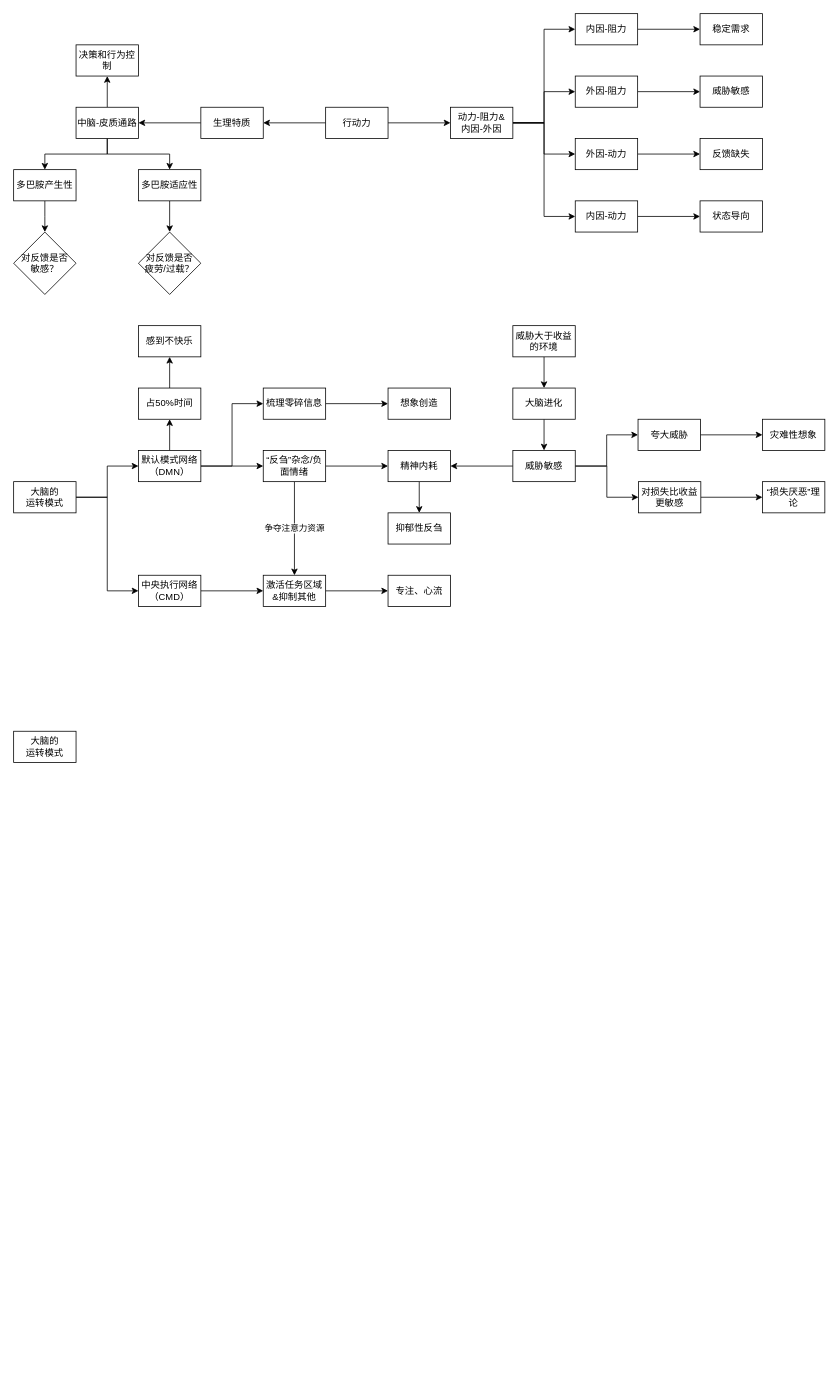
This is 果断行动.drawio from youyusan/open_mind, a draw.io file, before an edit. Source tidied: cells renumbered, new cells numbered last; positions are measured from the earlier drawing's top-left corner, leaving out a move shared by most shapes. Both pictures are drawn from the tidied source at 78%, with x=0, y=0 at pixel (13, 13).
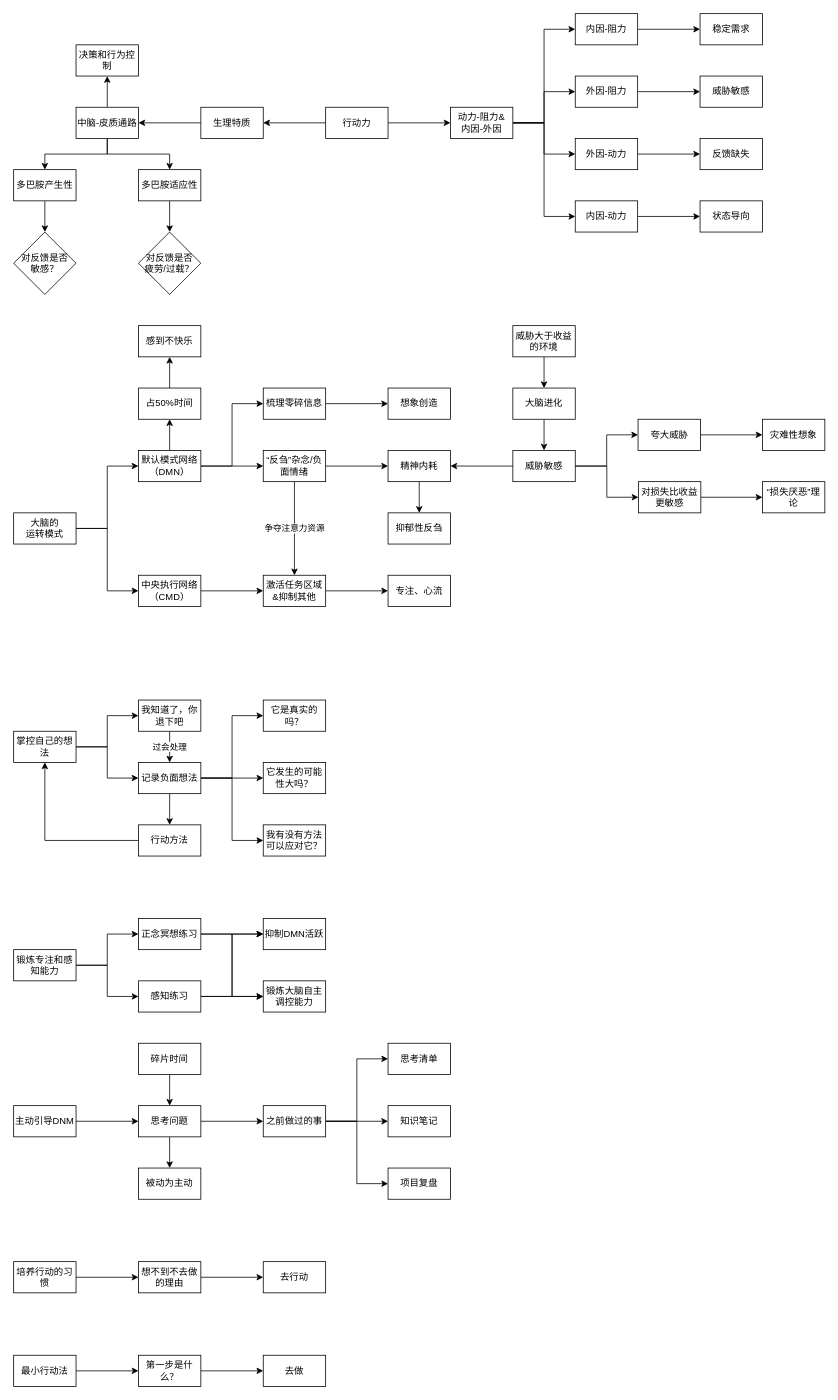
The same page after the edit.

Commit message:
更新果断行动.drawio

The change refers to these unchanged cells:
```xml
<mxCell id="45" value="&lt;div style=&quot;&quot;&gt;&lt;span style=&quot;background-color: initial;&quot;&gt;默认模式网络（DMN）&lt;/span&gt;&lt;/div&gt;" style="rounded=0;whiteSpace=wrap;html=1;align=center;" parent="1" vertex="1">
  <mxGeometry x="160" y="560" width="80" height="40" as="geometry" />
</mxCell>
```

The edit, as a diff of the source:
```diff
@@
     <mxCell id="37" style="edgeStyle=orthogonalEdgeStyle;rounded=0;jettySize=auto;html=1;" parent="1" edge="1" source="39" target="45">
-      <mxGeometry relative="1" as="geometry" />
+      <mxGeometry relative="1" as="geometry">
+        <Array as="points">
+          <mxPoint x="120" y="660" />
+          <mxPoint x="120" y="580" />
+        </Array>
+      </mxGeometry>
     </mxCell>
@@
     <mxCell id="39" value="&lt;span style=&quot;text-align: left;&quot;&gt;大脑的&lt;br&gt;运转模式&lt;/span&gt;" style="rounded=0;whiteSpace=wrap;html=1;" parent="1" vertex="1">
-      <mxGeometry y="600" width="80" height="40" as="geometry" />
+      <mxGeometry y="640" width="80" height="40" as="geometry" />
     </mxCell>
@@
+    <mxCell id="74" style="edgeStyle=orthogonalEdgeStyle;rounded=0;jettySize=auto;html=1;" parent="1" edge="1" source="73" target="77">
+      <mxGeometry relative="1" as="geometry" />
+    </mxCell>
+    <mxCell id="75" style="edgeStyle=orthogonalEdgeStyle;rounded=0;jettySize=auto;html=1;entryX=0;entryY=0.5;entryDx=0;entryDy=0;" parent="1" edge="1" source="73" target="82">
+      <mxGeometry relative="1" as="geometry" />
+    </mxCell>
-    <mxCell id="73" value="&lt;span style=&quot;text-align: left;&quot;&gt;大脑的&lt;br&gt;运转模式&lt;/span&gt;" style="rounded=0;whiteSpace=wrap;html=1;" parent="1" vertex="1">
+    <mxCell id="73" value="&lt;div style=&quot;&quot;&gt;&lt;span style=&quot;background-color: initial;&quot;&gt;掌控自己的想法&lt;/span&gt;&lt;/div&gt;" style="rounded=0;whiteSpace=wrap;html=1;align=center;" parent="1" vertex="1">
       <mxGeometry y="920" width="80" height="40" as="geometry" />
     </mxCell>
+    <mxCell id="76" value="过会处理" style="edgeStyle=orthogonalEdgeStyle;rounded=0;jettySize=auto;html=1;entryX=0.5;entryY=0;entryDx=0;entryDy=0;" parent="1" edge="1" source="77" target="82">
+      <mxGeometry relative="1" as="geometry" />
+    </mxCell>
+    <mxCell id="77" value="&lt;div style=&quot;&quot;&gt;&lt;span style=&quot;background-color: initial;&quot;&gt;我知道了，你退下吧&lt;/span&gt;&lt;/div&gt;" style="rounded=0;whiteSpace=wrap;html=1;align=center;" parent="1" vertex="1">
+      <mxGeometry x="160" y="880" width="80" height="40" as="geometry" />
+    </mxCell>
+    <mxCell id="78" style="edgeStyle=orthogonalEdgeStyle;rounded=0;jettySize=auto;html=1;entryX=0;entryY=0.5;entryDx=0;entryDy=0;" parent="1" edge="1" source="82" target="84">
+      <mxGeometry relative="1" as="geometry" />
+    </mxCell>
+    <mxCell id="79" style="edgeStyle=orthogonalEdgeStyle;rounded=0;jettySize=auto;html=1;" parent="1" edge="1" source="82" target="83">
+      <mxGeometry relative="1" as="geometry" />
+    </mxCell>
+    <mxCell id="80" style="edgeStyle=orthogonalEdgeStyle;rounded=0;jettySize=auto;html=1;entryX=0;entryY=0.5;entryDx=0;entryDy=0;" parent="1" edge="1" source="82" target="85">
+      <mxGeometry relative="1" as="geometry" />
+    </mxCell>
+    <mxCell id="81" style="edgeStyle=orthogonalEdgeStyle;rounded=0;jettySize=auto;html=1;entryX=0.5;entryY=0;entryDx=0;entryDy=0;" parent="1" edge="1" source="82" target="87">
+      <mxGeometry relative="1" as="geometry" />
+    </mxCell>
+    <mxCell id="82" value="&lt;div style=&quot;&quot;&gt;记录负面想法&lt;/div&gt;" style="rounded=0;whiteSpace=wrap;html=1;align=center;" parent="1" vertex="1">
+      <mxGeometry x="160" y="960" width="80" height="40" as="geometry" />
+    </mxCell>
+    <mxCell id="83" value="&lt;div style=&quot;&quot;&gt;它发生的可能性大吗？&lt;/div&gt;" style="rounded=0;whiteSpace=wrap;html=1;align=center;" parent="1" vertex="1">
+      <mxGeometry x="320" y="960" width="80" height="40" as="geometry" />
+    </mxCell>
+    <mxCell id="84" value="&lt;div style=&quot;&quot;&gt;它是真实的吗？&lt;/div&gt;" style="rounded=0;whiteSpace=wrap;html=1;align=center;" parent="1" vertex="1">
+      <mxGeometry x="320" y="880" width="80" height="40" as="geometry" />
+    </mxCell>
+    <mxCell id="85" value="&lt;div style=&quot;&quot;&gt;我有没有方法可以应对它？&lt;/div&gt;" style="rounded=0;whiteSpace=wrap;html=1;align=center;" parent="1" vertex="1">
+      <mxGeometry x="320" y="1040" width="80" height="40" as="geometry" />
+    </mxCell>
+    <mxCell id="86" style="edgeStyle=orthogonalEdgeStyle;rounded=0;jettySize=auto;html=1;entryX=0.5;entryY=1;entryDx=0;entryDy=0;" parent="1" edge="1" source="87" target="73">
+      <mxGeometry relative="1" as="geometry" />
+    </mxCell>
+    <mxCell id="87" value="&lt;div style=&quot;&quot;&gt;行动方法&lt;/div&gt;" style="rounded=0;whiteSpace=wrap;html=1;align=center;" parent="1" vertex="1">
+      <mxGeometry x="160" y="1040" width="80" height="40" as="geometry" />
+    </mxCell>
+    <mxCell id="88" style="edgeStyle=orthogonalEdgeStyle;rounded=0;jettySize=auto;html=1;entryX=0;entryY=0.5;entryDx=0;entryDy=0;" parent="1" edge="1" source="90" target="93">
+      <mxGeometry relative="1" as="geometry" />
+    </mxCell>
+    <mxCell id="89" style="edgeStyle=orthogonalEdgeStyle;rounded=0;jettySize=auto;html=1;entryX=0;entryY=0.5;entryDx=0;entryDy=0;" parent="1" edge="1" source="90" target="96">
+      <mxGeometry relative="1" as="geometry" />
+    </mxCell>
+    <mxCell id="90" value="&lt;div style=&quot;&quot;&gt;锻炼专注和感知能力&lt;br&gt;&lt;/div&gt;" style="rounded=0;whiteSpace=wrap;html=1;align=center;" parent="1" vertex="1">
+      <mxGeometry y="1200" width="80" height="40" as="geometry" />
+    </mxCell>
+    <mxCell id="91" style="edgeStyle=orthogonalEdgeStyle;rounded=0;jettySize=auto;html=1;" parent="1" edge="1" source="93" target="97">
+      <mxGeometry relative="1" as="geometry" />
+    </mxCell>
+    <mxCell id="92" style="edgeStyle=orthogonalEdgeStyle;rounded=0;jettySize=auto;html=1;entryX=0;entryY=0.5;entryDx=0;entryDy=0;" parent="1" edge="1" source="93" target="98">
+      <mxGeometry relative="1" as="geometry" />
+    </mxCell>
+    <mxCell id="93" value="&lt;div style=&quot;&quot;&gt;正念冥想练习&lt;br&gt;&lt;/div&gt;" style="rounded=0;whiteSpace=wrap;html=1;align=center;" parent="1" vertex="1">
+      <mxGeometry x="160" y="1160" width="80" height="40" as="geometry" />
+    </mxCell>
+    <mxCell id="94" style="edgeStyle=orthogonalEdgeStyle;rounded=0;jettySize=auto;html=1;" parent="1" edge="1" source="96" target="98">
+      <mxGeometry relative="1" as="geometry" />
+    </mxCell>
+    <mxCell id="95" style="edgeStyle=orthogonalEdgeStyle;rounded=0;jettySize=auto;html=1;entryX=0;entryY=0.5;entryDx=0;entryDy=0;" parent="1" edge="1" source="96" target="97">
+      <mxGeometry relative="1" as="geometry" />
+    </mxCell>
+    <mxCell id="96" value="&lt;div style=&quot;&quot;&gt;感知练习&lt;br&gt;&lt;/div&gt;" style="rounded=0;whiteSpace=wrap;html=1;align=center;" parent="1" vertex="1">
+      <mxGeometry x="160" y="1240" width="80" height="40" as="geometry" />
+    </mxCell>
+    <mxCell id="97" value="&lt;div style=&quot;&quot;&gt;抑制DMN活跃&lt;br&gt;&lt;/div&gt;" style="rounded=0;whiteSpace=wrap;html=1;align=center;" parent="1" vertex="1">
+      <mxGeometry x="320" y="1160" width="80" height="40" as="geometry" />
+    </mxCell>
+    <mxCell id="98" value="&lt;div style=&quot;&quot;&gt;锻炼大脑自主调控能力&lt;br&gt;&lt;/div&gt;" style="rounded=0;whiteSpace=wrap;html=1;align=center;" parent="1" vertex="1">
+      <mxGeometry x="320" y="1240" width="80" height="40" as="geometry" />
+    </mxCell>
+    <mxCell id="99" style="edgeStyle=orthogonalEdgeStyle;rounded=0;jettySize=auto;html=1;entryX=0;entryY=0.5;entryDx=0;entryDy=0;" parent="1" edge="1" source="100" target="103">
+      <mxGeometry relative="1" as="geometry" />
+    </mxCell>
+    <mxCell id="100" value="&lt;div style=&quot;&quot;&gt;主动引导DNM&lt;br&gt;&lt;/div&gt;" style="rounded=0;whiteSpace=wrap;html=1;align=center;" parent="1" vertex="1">
+      <mxGeometry y="1400" width="80" height="40" as="geometry" />
+    </mxCell>
+    <mxCell id="101" style="edgeStyle=orthogonalEdgeStyle;rounded=0;jettySize=auto;html=1;" parent="1" edge="1" source="103" target="104">
+      <mxGeometry relative="1" as="geometry" />
+    </mxCell>
+    <mxCell id="102" style="edgeStyle=orthogonalEdgeStyle;rounded=0;jettySize=auto;html=1;" parent="1" edge="1" source="103" target="112">
+      <mxGeometry relative="1" as="geometry" />
+    </mxCell>
+    <mxCell id="103" value="&lt;div style=&quot;&quot;&gt;思考问题&lt;br&gt;&lt;/div&gt;" style="rounded=0;whiteSpace=wrap;html=1;align=center;" parent="1" vertex="1">
+      <mxGeometry x="160" y="1400" width="80" height="40" as="geometry" />
+    </mxCell>
+    <mxCell id="104" value="&lt;div style=&quot;&quot;&gt;被动为主动&lt;br&gt;&lt;/div&gt;" style="rounded=0;whiteSpace=wrap;html=1;align=center;" parent="1" vertex="1">
+      <mxGeometry x="160" y="1480" width="80" height="40" as="geometry" />
+    </mxCell>
+    <mxCell id="105" style="edgeStyle=orthogonalEdgeStyle;rounded=0;jettySize=auto;html=1;" parent="1" edge="1" source="106" target="103">
+      <mxGeometry relative="1" as="geometry" />
+    </mxCell>
+    <mxCell id="106" value="&lt;div style=&quot;&quot;&gt;碎片时间&lt;/div&gt;" style="rounded=0;whiteSpace=wrap;html=1;align=center;" parent="1" vertex="1">
+      <mxGeometry x="160" y="1320" width="80" height="40" as="geometry" />
+    </mxCell>
+    <mxCell id="107" value="&lt;div style=&quot;&quot;&gt;思考清单&lt;br&gt;&lt;/div&gt;" style="rounded=0;whiteSpace=wrap;html=1;align=center;" parent="1" vertex="1">
+      <mxGeometry x="480" y="1320" width="80" height="40" as="geometry" />
+    </mxCell>
+    <mxCell id="108" value="&lt;div style=&quot;&quot;&gt;知识笔记&lt;br&gt;&lt;/div&gt;" style="rounded=0;whiteSpace=wrap;html=1;align=center;" parent="1" vertex="1">
+      <mxGeometry x="480" y="1400" width="80" height="40" as="geometry" />
+    </mxCell>
+    <mxCell id="109" style="edgeStyle=orthogonalEdgeStyle;rounded=0;jettySize=auto;html=1;entryX=0;entryY=0.5;entryDx=0;entryDy=0;" parent="1" edge="1" source="112" target="107">
+      <mxGeometry relative="1" as="geometry" />
+    </mxCell>
+    <mxCell id="110" style="edgeStyle=orthogonalEdgeStyle;rounded=0;jettySize=auto;html=1;" parent="1" edge="1" source="112" target="108">
+      <mxGeometry relative="1" as="geometry" />
+    </mxCell>
+    <mxCell id="111" style="edgeStyle=orthogonalEdgeStyle;rounded=0;jettySize=auto;html=1;entryX=0;entryY=0.5;entryDx=0;entryDy=0;" parent="1" edge="1" source="112" target="113">
+      <mxGeometry relative="1" as="geometry" />
+    </mxCell>
+    <mxCell id="112" value="&lt;div style=&quot;&quot;&gt;之前做过的事&lt;br&gt;&lt;/div&gt;" style="rounded=0;whiteSpace=wrap;html=1;align=center;" parent="1" vertex="1">
+      <mxGeometry x="320" y="1400" width="80" height="40" as="geometry" />
+    </mxCell>
+    <mxCell id="113" value="&lt;div style=&quot;&quot;&gt;项目复盘&lt;br&gt;&lt;/div&gt;" style="rounded=0;whiteSpace=wrap;html=1;align=center;" parent="1" vertex="1">
+      <mxGeometry x="480" y="1480" width="80" height="40" as="geometry" />
+    </mxCell>
+    <mxCell id="114" style="edgeStyle=orthogonalEdgeStyle;rounded=0;jettySize=auto;html=1;" parent="1" edge="1" source="115" target="117">
+      <mxGeometry relative="1" as="geometry" />
+    </mxCell>
+    <mxCell id="115" value="&lt;div style=&quot;&quot;&gt;培养行动的习惯&lt;br&gt;&lt;/div&gt;" style="rounded=0;whiteSpace=wrap;html=1;align=center;" parent="1" vertex="1">
+      <mxGeometry y="1600" width="80" height="40" as="geometry" />
+    </mxCell>
+    <mxCell id="116" style="edgeStyle=orthogonalEdgeStyle;rounded=0;jettySize=auto;html=1;" parent="1" edge="1" source="117" target="118">
+      <mxGeometry relative="1" as="geometry" />
+    </mxCell>
+    <mxCell id="117" value="&lt;div style=&quot;&quot;&gt;想不到不去做的理由&lt;br&gt;&lt;/div&gt;" style="rounded=0;whiteSpace=wrap;html=1;align=center;" parent="1" vertex="1">
+      <mxGeometry x="160" y="1600" width="80" height="40" as="geometry" />
+    </mxCell>
+    <mxCell id="118" value="&lt;div style=&quot;&quot;&gt;去行动&lt;br&gt;&lt;/div&gt;" style="rounded=0;whiteSpace=wrap;html=1;align=center;" parent="1" vertex="1">
+      <mxGeometry x="320" y="1600" width="80" height="40" as="geometry" />
+    </mxCell>
+    <mxCell id="119" style="edgeStyle=orthogonalEdgeStyle;rounded=0;jettySize=auto;html=1;" parent="1" edge="1" source="120" target="122">
+      <mxGeometry relative="1" as="geometry" />
+    </mxCell>
+    <mxCell id="120" value="&lt;div style=&quot;&quot;&gt;最小行动法&lt;br&gt;&lt;/div&gt;" style="rounded=0;whiteSpace=wrap;html=1;align=center;" parent="1" vertex="1">
+      <mxGeometry y="1720" width="80" height="40" as="geometry" />
+    </mxCell>
+    <mxCell id="121" style="edgeStyle=orthogonalEdgeStyle;rounded=0;jettySize=auto;html=1;" parent="1" edge="1" source="122" target="123">
+      <mxGeometry relative="1" as="geometry" />
+    </mxCell>
+    <mxCell id="122" value="&lt;div style=&quot;&quot;&gt;第一步是什么？&lt;br&gt;&lt;/div&gt;" style="rounded=0;whiteSpace=wrap;html=1;align=center;" parent="1" vertex="1">
+      <mxGeometry x="160" y="1720" width="80" height="40" as="geometry" />
+    </mxCell>
+    <mxCell id="123" value="&lt;div style=&quot;&quot;&gt;去做&lt;br&gt;&lt;/div&gt;" style="rounded=0;whiteSpace=wrap;html=1;align=center;" parent="1" vertex="1">
+      <mxGeometry x="320" y="1720" width="80" height="40" as="geometry" />
+    </mxCell>
```
